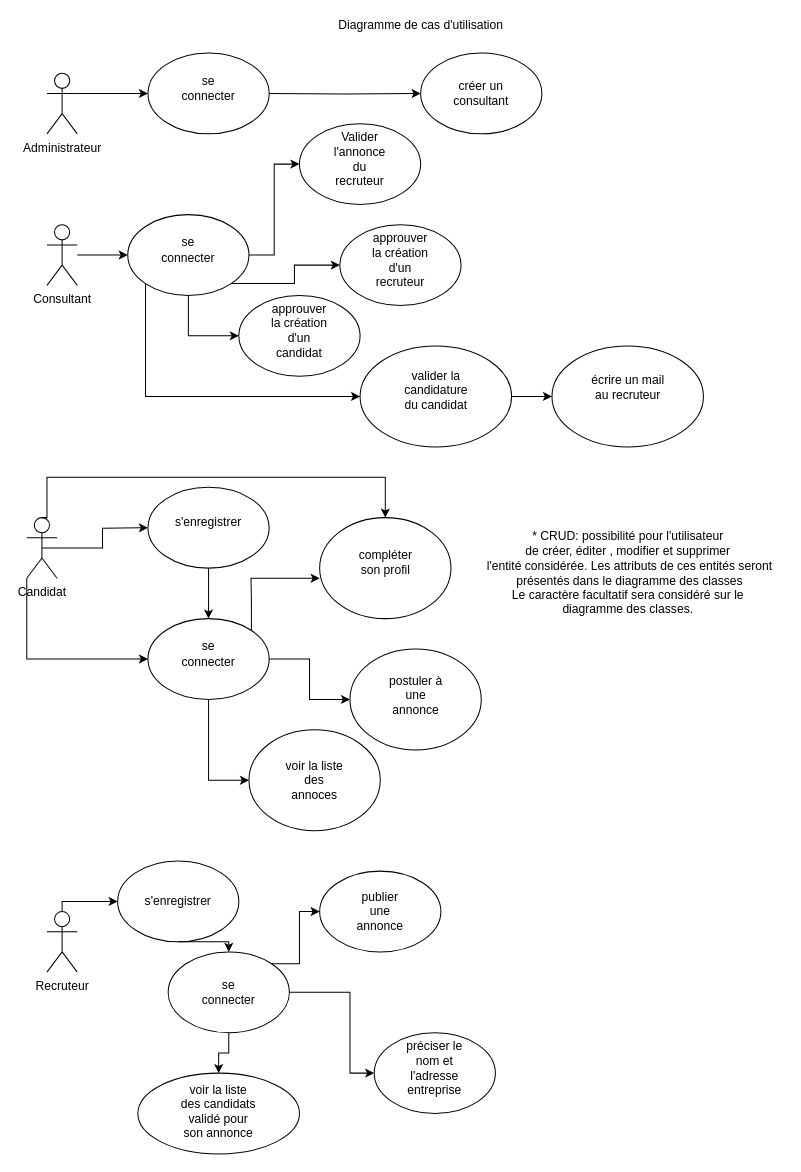
This is TRT Conseil/fonctionnalités_trt.drawio from cyrisa02/diagrammes-UML, a draw.io file, before an edit. Source tidied: cells renumbered, new cells numbered last; positions are measured from the earlier drawing's top-left corner, leaving out a move shared by most shapes. Both pictures are drawn from the tidied source at 101%, with x=0, y=0 at pixel (26, 17).
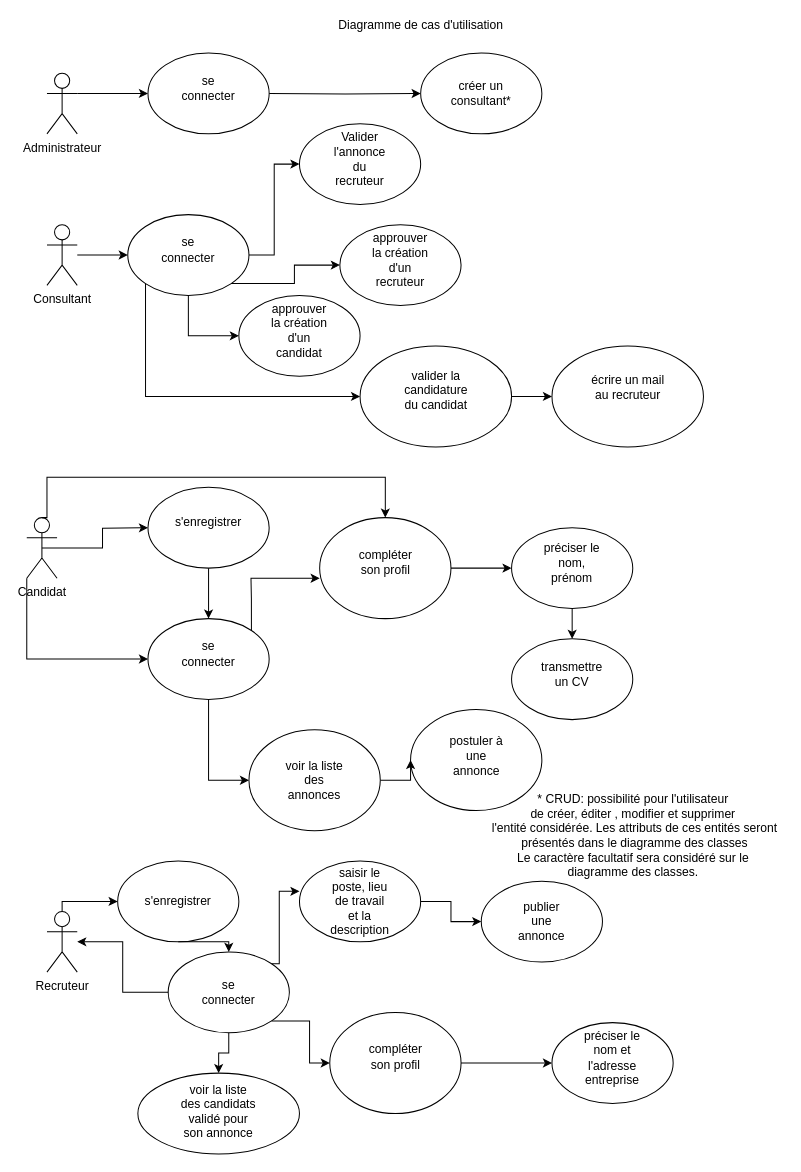
After the change.

Unchanged cells that the change refers to:
```xml
<mxCell id="8" value="Recruteur" style="shape=umlActor;verticalLabelPosition=bottom;verticalAlign=top;html=1;outlineConnect=0;" parent="1" vertex="1">
  <mxGeometry x="20" y="885" width="30" height="60" as="geometry" />
</mxCell>
<mxCell id="24" style="ellipse;whiteSpace=wrap;html=1;" parent="23" vertex="1">
  <mxGeometry width="120" height="80" as="geometry" />
</mxCell>
<mxCell id="45" style="ellipse;whiteSpace=wrap;html=1;" parent="44" vertex="1">
  <mxGeometry width="130" height="100" as="geometry" />
</mxCell>
<mxCell id="50" style="ellipse;whiteSpace=wrap;html=1;" parent="49" vertex="1">
  <mxGeometry width="120" height="80" as="geometry" />
</mxCell>
<mxCell id="53" style="ellipse;whiteSpace=wrap;html=1;" parent="52" vertex="1">
  <mxGeometry width="120" height="80" as="geometry" />
</mxCell>
<mxCell id="59" style="ellipse;whiteSpace=wrap;html=1;" parent="58" vertex="1">
  <mxGeometry width="130" height="100" as="geometry" />
</mxCell>
```

What changed in the source:
```diff
@@
-    <mxCell id="6" style="edgeStyle=orthogonalEdgeStyle;rounded=0;jettySize=auto;html=1;exitX=1;exitY=0.5;exitDx=0;exitDy=0;entryX=0;entryY=0.5;entryDx=0;entryDy=0;" parent="1" edge="1" source="71" target="24">
-      <mxGeometry relative="1" as="geometry">
-        <Array as="points">
-          <mxPoint x="320" y="965" />
-          <mxPoint x="320" y="1045" />
-        </Array>
-      </mxGeometry>
-    </mxCell>
@@
     <mxCell id="23" style="group;" parent="1" vertex="1">
-      <mxGeometry x="344" y="1005" width="120" height="80" as="geometry" />
+      <mxGeometry x="520" y="995" width="120" height="80" as="geometry" />
     </mxCell>
@@
     <mxCell id="27" value="&lt;div&gt;* CRUD: possibilité pour l'utilisateur&lt;/div&gt;&lt;div&gt;de créer, éditer , modifier et supprimer&lt;/div&gt;&lt;div&gt;&amp;nbsp;l'entité considérée. Les attributs de ces entités seront&lt;/div&gt;&lt;div&gt;&amp;nbsp;présentés dans le diagramme des classes&lt;br&gt;&lt;/div&gt;&lt;div&gt;Le caractère facultatif sera considéré sur le &lt;br&gt;&lt;/div&gt;&lt;div&gt;diagramme des classes.&lt;/div&gt;" style="text;html=1;align=center;verticalAlign=middle;fillColor=none;strokeColor=none;rounded=0;" parent="1" vertex="1">
-      <mxGeometry x="445" y="505" width="300" height="90" as="geometry" />
+      <mxGeometry x="450" y="765" width="300" height="90" as="geometry" />
     </mxCell>
@@
-    <mxCell id="29" value="créer un consultant" style="text;html=1;strokeColor=none;fillColor=none;align=center;verticalAlign=middle;whiteSpace=wrap;rounded=0;" parent="1" vertex="1">
+    <mxCell id="29" value="créer un consultant*" style="text;html=1;strokeColor=none;fillColor=none;align=center;verticalAlign=middle;whiteSpace=wrap;rounded=0;" parent="1" vertex="1">
       <mxGeometry x="420" y="60" width="60" height="30" as="geometry" />
     </mxCell>
@@
-    <mxCell id="43" style="group;" parent="1" vertex="1">
-      <mxGeometry y="455" width="450" height="350" as="geometry" />
-    </mxCell>
+    <mxCell id="67" style="group;" parent="1" vertex="1">
+      <mxGeometry x="90" y="835" width="120" height="80" as="geometry" />
+    </mxCell>
+    <mxCell id="68" style="ellipse;whiteSpace=wrap;html=1;" parent="67" vertex="1">
+      <mxGeometry width="120" height="80" as="geometry" />
+    </mxCell>
+    <mxCell id="69" value="s'enregistrer" style="text;html=1;strokeColor=none;fillColor=none;align=center;verticalAlign=middle;whiteSpace=wrap;rounded=0;" parent="67" vertex="1">
+      <mxGeometry x="30" y="25" width="60" height="30" as="geometry" />
+    </mxCell>
+    <mxCell id="70" style="group;" parent="1" vertex="1">
+      <mxGeometry x="140" y="925" width="120" height="80" as="geometry" />
+    </mxCell>
+    <mxCell id="71" style="ellipse;whiteSpace=wrap;html=1;" parent="70" vertex="1">
+      <mxGeometry width="120" height="80" as="geometry" />
+    </mxCell>
+    <mxCell id="72" value="se connecter" style="text;html=1;strokeColor=none;fillColor=none;align=center;verticalAlign=middle;whiteSpace=wrap;rounded=0;" parent="70" vertex="1">
+      <mxGeometry x="30" y="25" width="60" height="30" as="geometry" />
+    </mxCell>
+    <mxCell id="73" style="edgeStyle=orthogonalEdgeStyle;rounded=0;jettySize=auto;html=1;exitX=0.5;exitY=1;exitDx=0;exitDy=0;entryX=0.5;entryY=0;entryDx=0;entryDy=0;" parent="1" edge="1" source="68" target="71">
+      <mxGeometry relative="1" as="geometry">
+        <Array as="points">
+          <mxPoint x="200" y="915" />
+        </Array>
+      </mxGeometry>
+    </mxCell>
+    <mxCell id="74" style="group;" parent="1" vertex="1">
+      <mxGeometry x="450" y="855" width="120" height="80" as="geometry" />
+    </mxCell>
+    <mxCell id="75" style="ellipse;whiteSpace=wrap;html=1;" parent="74" vertex="1">
+      <mxGeometry width="120" height="80" as="geometry" />
+    </mxCell>
+    <mxCell id="76" value="publier une annonce" style="text;html=1;strokeColor=none;fillColor=none;align=center;verticalAlign=middle;whiteSpace=wrap;rounded=0;" parent="74" vertex="1">
+      <mxGeometry x="30" y="25" width="60" height="30" as="geometry" />
+    </mxCell>
+    <mxCell id="77" style="group;" parent="1" vertex="1">
+      <mxGeometry x="110" y="1045" width="160" height="80" as="geometry" />
+    </mxCell>
+    <mxCell id="78" style="ellipse;whiteSpace=wrap;html=1;" parent="77" vertex="1">
+      <mxGeometry width="160" height="80" as="geometry" />
+    </mxCell>
+    <mxCell id="79" value="voir la liste des candidats validé pour son annonce" style="text;html=1;strokeColor=none;fillColor=none;align=center;verticalAlign=middle;whiteSpace=wrap;rounded=0;" parent="77" vertex="1">
+      <mxGeometry x="40" y="20" width="80" height="35" as="geometry" />
+    </mxCell>
+    <mxCell id="80" style="edgeStyle=orthogonalEdgeStyle;rounded=0;jettySize=auto;html=1;exitX=0.5;exitY=1;exitDx=0;exitDy=0;entryX=0.5;entryY=0;entryDx=0;entryDy=0;" parent="1" edge="1" source="71" target="78">
+      <mxGeometry relative="1" as="geometry" />
+    </mxCell>
+    <mxCell id="82" style="edgeStyle=orthogonalEdgeStyle;rounded=0;jettySize=auto;html=1;exitX=0;exitY=0.5;exitDx=0;exitDy=0;" parent="1" edge="1" source="71" target="8">
+      <mxGeometry relative="1" as="geometry" />
+    </mxCell>
-    <mxCell id="44" style="group;" parent="43" vertex="1">
-      <mxGeometry x="320" y="170" width="130" height="100" as="geometry" />
+    <mxCell id="44" style="group;" parent="1" vertex="1">
+      <mxGeometry x="380" y="685" width="130" height="100" as="geometry" />
     </mxCell>
@@
-    <mxCell id="47" style="edgeStyle=orthogonalEdgeStyle;rounded=0;jettySize=auto;html=1;exitX=0.5;exitY=0.5;exitDx=0;exitDy=0;exitPerimeter=0;" parent="43" edge="1" source="48">
+    <mxCell id="47" style="edgeStyle=orthogonalEdgeStyle;rounded=0;jettySize=auto;html=1;exitX=0.5;exitY=0.5;exitDx=0;exitDy=0;exitPerimeter=0;" parent="1" edge="1" source="48">
       <mxGeometry relative="1" as="geometry">
-        <mxPoint x="120" y="50" as="targetPoint" />
+        <mxPoint x="120" y="505" as="targetPoint" />
       </mxGeometry>
     </mxCell>
-    <mxCell id="48" value="Candidat" style="shape=umlActor;verticalLabelPosition=bottom;verticalAlign=top;html=1;outlineConnect=0;" parent="43" vertex="1">
-      <mxGeometry y="40" width="30" height="60" as="geometry" />
+    <mxCell id="48" value="Candidat" style="shape=umlActor;verticalLabelPosition=bottom;verticalAlign=top;html=1;outlineConnect=0;" parent="1" vertex="1">
+      <mxGeometry y="495" width="30" height="60" as="geometry" />
     </mxCell>
-    <mxCell id="49" style="group;" parent="43" vertex="1">
-      <mxGeometry x="120" y="10" width="120" height="80" as="geometry" />
+    <mxCell id="49" style="group;" parent="1" vertex="1">
+      <mxGeometry x="120" y="465" width="120" height="80" as="geometry" />
     </mxCell>
@@
-    <mxCell id="52" style="group;" parent="43" vertex="1">
-      <mxGeometry x="120" y="140" width="120" height="80" as="geometry" />
+    <mxCell id="52" style="group;" parent="1" vertex="1">
+      <mxGeometry x="120" y="595" width="120" height="80" as="geometry" />
     </mxCell>
@@
-    <mxCell id="55" style="edgeStyle=orthogonalEdgeStyle;rounded=0;jettySize=auto;html=1;exitX=0;exitY=1;exitDx=0;exitDy=0;exitPerimeter=0;entryX=0;entryY=0.5;entryDx=0;entryDy=0;" parent="43" edge="1" source="48" target="53">
+    <mxCell id="55" style="edgeStyle=orthogonalEdgeStyle;rounded=0;jettySize=auto;html=1;exitX=0;exitY=1;exitDx=0;exitDy=0;exitPerimeter=0;entryX=0;entryY=0.5;entryDx=0;entryDy=0;" parent="1" edge="1" source="48" target="53">
       <mxGeometry relative="1" as="geometry" />
     </mxCell>
-    <mxCell id="56" style="edgeStyle=orthogonalEdgeStyle;rounded=0;jettySize=auto;html=1;exitX=1;exitY=0.5;exitDx=0;exitDy=0;entryX=0;entryY=0.5;entryDx=0;entryDy=0;" parent="43" edge="1" source="53" target="45">
-      <mxGeometry relative="1" as="geometry" />
+    <mxCell id="56" style="edgeStyle=orthogonalEdgeStyle;rounded=0;jettySize=auto;html=1;entryX=0;entryY=0.5;entryDx=0;entryDy=0;" parent="1" edge="1" target="45">
+      <mxGeometry relative="1" as="geometry">
+        <mxPoint x="350" y="755" as="sourcePoint" />
+      </mxGeometry>
     </mxCell>
-    <mxCell id="57" style="edgeStyle=orthogonalEdgeStyle;rounded=0;jettySize=auto;html=1;exitX=0.5;exitY=1;exitDx=0;exitDy=0;entryX=0.5;entryY=0;entryDx=0;entryDy=0;" parent="43" edge="1" source="50" target="53">
+    <mxCell id="57" style="edgeStyle=orthogonalEdgeStyle;rounded=0;jettySize=auto;html=1;exitX=0.5;exitY=1;exitDx=0;exitDy=0;entryX=0.5;entryY=0;entryDx=0;entryDy=0;" parent="1" edge="1" source="50" target="53">
       <mxGeometry relative="1" as="geometry" />
     </mxCell>
-    <mxCell id="58" style="group;" parent="43" vertex="1">
-      <mxGeometry x="290" y="40" width="130" height="100" as="geometry" />
+    <mxCell id="58" style="group;" parent="1" vertex="1">
+      <mxGeometry x="290" y="495" width="130" height="100" as="geometry" />
     </mxCell>
@@
-    <mxCell id="61" style="edgeStyle=orthogonalEdgeStyle;rounded=0;jettySize=auto;html=1;entryX=0.5;entryY=0;entryDx=0;entryDy=0;exitX=0.5;exitY=0;exitDx=0;exitDy=0;exitPerimeter=0;" parent="43" edge="1" source="48" target="59">
+    <mxCell id="61" style="edgeStyle=orthogonalEdgeStyle;rounded=0;jettySize=auto;html=1;entryX=0.5;entryY=0;entryDx=0;entryDy=0;exitX=0.5;exitY=0;exitDx=0;exitDy=0;exitPerimeter=0;" parent="1" edge="1" source="48" target="59">
       <mxGeometry relative="1" as="geometry">
         <Array as="points">
-          <mxPoint x="20" y="40" />
-          <mxPoint x="20" />
-          <mxPoint x="355" />
+          <mxPoint x="20" y="495" />
+          <mxPoint x="20" y="455" />
+          <mxPoint x="355" y="455" />
         </Array>
       </mxGeometry>
     </mxCell>
-    <mxCell id="62" style="edgeStyle=orthogonalEdgeStyle;rounded=0;jettySize=auto;html=1;exitX=1;exitY=0;exitDx=0;exitDy=0;entryX=0;entryY=0.6;entryDx=0;entryDy=0;entryPerimeter=0;" parent="43" edge="1" source="53" target="59">
+    <mxCell id="62" style="edgeStyle=orthogonalEdgeStyle;rounded=0;jettySize=auto;html=1;exitX=1;exitY=0;exitDx=0;exitDy=0;entryX=0;entryY=0.6;entryDx=0;entryDy=0;entryPerimeter=0;" parent="1" edge="1" source="53" target="59">
       <mxGeometry relative="1" as="geometry">
         <Array as="points">
-          <mxPoint x="222" y="120" />
-          <mxPoint x="222" y="100" />
+          <mxPoint x="222" y="575" />
+          <mxPoint x="222" y="555" />
         </Array>
       </mxGeometry>
     </mxCell>
-    <mxCell id="63" style="group;" parent="43" vertex="1">
-      <mxGeometry x="220" y="250" width="130" height="100" as="geometry" />
+    <mxCell id="63" style="group;" parent="1" vertex="1">
+      <mxGeometry x="220" y="705" width="130" height="100" as="geometry" />
     </mxCell>
@@
-    <mxCell id="65" value="voir la liste des annoces" style="text;html=1;strokeColor=none;fillColor=none;align=center;verticalAlign=middle;whiteSpace=wrap;rounded=0;" parent="63" vertex="1">
+    <mxCell id="65" value="voir la liste des annonces" style="text;html=1;strokeColor=none;fillColor=none;align=center;verticalAlign=middle;whiteSpace=wrap;rounded=0;" parent="63" vertex="1">
       <mxGeometry x="35" y="35" width="60" height="30" as="geometry" />
     </mxCell>
-    <mxCell id="66" style="edgeStyle=orthogonalEdgeStyle;rounded=0;jettySize=auto;html=1;exitX=0.5;exitY=1;exitDx=0;exitDy=0;" parent="43" edge="1" source="53">
+    <mxCell id="66" style="edgeStyle=orthogonalEdgeStyle;rounded=0;jettySize=auto;html=1;exitX=0.5;exitY=1;exitDx=0;exitDy=0;" parent="1" edge="1" source="53">
       <mxGeometry relative="1" as="geometry">
-        <mxPoint x="220" y="300" as="targetPoint" />
+        <mxPoint x="220" y="755" as="targetPoint" />
         <Array as="points">
-          <mxPoint x="180" y="300" />
+          <mxPoint x="180" y="755" />
         </Array>
       </mxGeometry>
     </mxCell>
-    <mxCell id="67" style="group;" parent="1" vertex="1">
-      <mxGeometry x="90" y="835" width="120" height="80" as="geometry" />
-    </mxCell>
-    <mxCell id="68" style="ellipse;whiteSpace=wrap;html=1;" parent="67" vertex="1">
-      <mxGeometry width="120" height="80" as="geometry" />
-    </mxCell>
-    <mxCell id="69" value="s'enregistrer" style="text;html=1;strokeColor=none;fillColor=none;align=center;verticalAlign=middle;whiteSpace=wrap;rounded=0;" parent="67" vertex="1">
-      <mxGeometry x="30" y="25" width="60" height="30" as="geometry" />
-    </mxCell>
-    <mxCell id="70" style="group;" parent="1" vertex="1">
-      <mxGeometry x="140" y="925" width="120" height="80" as="geometry" />
-    </mxCell>
-    <mxCell id="71" style="ellipse;whiteSpace=wrap;html=1;" parent="70" vertex="1">
-      <mxGeometry width="120" height="80" as="geometry" />
-    </mxCell>
-    <mxCell id="72" value="se connecter" style="text;html=1;strokeColor=none;fillColor=none;align=center;verticalAlign=middle;whiteSpace=wrap;rounded=0;" parent="70" vertex="1">
-      <mxGeometry x="30" y="25" width="60" height="30" as="geometry" />
-    </mxCell>
-    <mxCell id="73" style="edgeStyle=orthogonalEdgeStyle;rounded=0;jettySize=auto;html=1;exitX=0.5;exitY=1;exitDx=0;exitDy=0;entryX=0.5;entryY=0;entryDx=0;entryDy=0;" parent="1" edge="1" source="68" target="71">
-      <mxGeometry relative="1" as="geometry">
-        <Array as="points">
-          <mxPoint x="200" y="915" />
-        </Array>
-      </mxGeometry>
-    </mxCell>
-    <mxCell id="74" style="group;" parent="1" vertex="1">
-      <mxGeometry x="290" y="845" width="120" height="80" as="geometry" />
-    </mxCell>
-    <mxCell id="75" style="ellipse;whiteSpace=wrap;html=1;" parent="74" vertex="1">
-      <mxGeometry width="120" height="80" as="geometry" />
-    </mxCell>
-    <mxCell id="76" value="publier une annonce" style="text;html=1;strokeColor=none;fillColor=none;align=center;verticalAlign=middle;whiteSpace=wrap;rounded=0;" parent="74" vertex="1">
-      <mxGeometry x="30" y="25" width="60" height="30" as="geometry" />
-    </mxCell>
-    <mxCell id="77" style="group;" parent="1" vertex="1">
-      <mxGeometry x="110" y="1045" width="160" height="80" as="geometry" />
-    </mxCell>
-    <mxCell id="78" style="ellipse;whiteSpace=wrap;html=1;" parent="77" vertex="1">
-      <mxGeometry width="160" height="80" as="geometry" />
-    </mxCell>
-    <mxCell id="79" value="voir la liste des candidats validé pour son annonce" style="text;html=1;strokeColor=none;fillColor=none;align=center;verticalAlign=middle;whiteSpace=wrap;rounded=0;" parent="77" vertex="1">
-      <mxGeometry x="40" y="20" width="80" height="35" as="geometry" />
-    </mxCell>
-    <mxCell id="80" style="edgeStyle=orthogonalEdgeStyle;rounded=0;jettySize=auto;html=1;exitX=0.5;exitY=1;exitDx=0;exitDy=0;entryX=0.5;entryY=0;entryDx=0;entryDy=0;" parent="1" edge="1" source="71" target="78">
-      <mxGeometry relative="1" as="geometry" />
-    </mxCell>
-    <mxCell id="81" style="edgeStyle=orthogonalEdgeStyle;rounded=0;jettySize=auto;html=1;exitX=1;exitY=0;exitDx=0;exitDy=0;entryX=0;entryY=0.5;entryDx=0;entryDy=0;" parent="1" edge="1" source="71" target="75">
-      <mxGeometry relative="1" as="geometry">
-        <Array as="points">
-          <mxPoint x="270" y="937" />
-          <mxPoint x="270" y="885" />
-        </Array>
-      </mxGeometry>
-    </mxCell>
+    <mxCell id="83" style="group;" parent="1" vertex="1">
+      <mxGeometry x="300" y="985" width="130" height="100" as="geometry" />
+    </mxCell>
+    <mxCell id="84" style="ellipse;whiteSpace=wrap;html=1;" parent="83" vertex="1">
+      <mxGeometry width="130" height="100" as="geometry" />
+    </mxCell>
+    <mxCell id="85" value="compléter son profil" style="text;html=1;strokeColor=none;fillColor=none;align=center;verticalAlign=middle;whiteSpace=wrap;rounded=0;" parent="83" vertex="1">
+      <mxGeometry x="32.5" y="25" width="65" height="37.5" as="geometry" />
+    </mxCell>
+    <mxCell id="86" style="edgeStyle=orthogonalEdgeStyle;rounded=0;jettySize=auto;html=1;exitX=1;exitY=1;exitDx=0;exitDy=0;entryX=0;entryY=0.5;entryDx=0;entryDy=0;" parent="1" edge="1" source="71" target="84">
+      <mxGeometry relative="1" as="geometry" />
+    </mxCell>
+    <mxCell id="87" style="edgeStyle=orthogonalEdgeStyle;rounded=0;jettySize=auto;html=1;exitX=1;exitY=0.5;exitDx=0;exitDy=0;entryX=0;entryY=0.5;entryDx=0;entryDy=0;" parent="1" edge="1" source="84" target="24">
+      <mxGeometry relative="1" as="geometry" />
+    </mxCell>
+    <mxCell id="88" style="group;" parent="1" vertex="1">
+      <mxGeometry x="480" y="505" width="120" height="80" as="geometry" />
+    </mxCell>
+    <mxCell id="89" style="ellipse;whiteSpace=wrap;html=1;" parent="88" vertex="1">
+      <mxGeometry width="120" height="80" as="geometry" />
+    </mxCell>
+    <mxCell id="90" value="préciser le nom, prénom" style="text;html=1;strokeColor=none;fillColor=none;align=center;verticalAlign=middle;whiteSpace=wrap;rounded=0;" parent="88" vertex="1">
+      <mxGeometry x="30" y="20" width="60" height="30" as="geometry" />
+    </mxCell>
+    <mxCell id="91" style="group;" parent="1" vertex="1">
+      <mxGeometry x="480" y="615" width="120" height="80" as="geometry" />
+    </mxCell>
+    <mxCell id="92" style="ellipse;whiteSpace=wrap;html=1;" parent="91" vertex="1">
+      <mxGeometry width="120" height="80" as="geometry" />
+    </mxCell>
+    <mxCell id="93" value="transmettre un CV" style="text;html=1;strokeColor=none;fillColor=none;align=center;verticalAlign=middle;whiteSpace=wrap;rounded=0;" parent="91" vertex="1">
+      <mxGeometry x="30" y="20" width="60" height="30" as="geometry" />
+    </mxCell>
+    <mxCell id="94" style="edgeStyle=orthogonalEdgeStyle;rounded=0;jettySize=auto;html=1;exitX=1;exitY=0.5;exitDx=0;exitDy=0;entryX=0;entryY=0.5;entryDx=0;entryDy=0;" parent="1" edge="1" source="59" target="89">
+      <mxGeometry relative="1" as="geometry" />
+    </mxCell>
+    <mxCell id="95" style="edgeStyle=orthogonalEdgeStyle;rounded=0;jettySize=auto;html=1;exitX=0.5;exitY=1;exitDx=0;exitDy=0;entryX=0.5;entryY=0;entryDx=0;entryDy=0;" parent="1" edge="1" source="89" target="92">
+      <mxGeometry relative="1" as="geometry" />
+    </mxCell>
+    <mxCell id="96" style="group;" parent="1" vertex="1">
+      <mxGeometry x="270" y="835" width="120" height="80" as="geometry" />
+    </mxCell>
+    <mxCell id="97" style="ellipse;whiteSpace=wrap;html=1;" parent="96" vertex="1">
+      <mxGeometry width="120" height="80" as="geometry" />
+    </mxCell>
+    <mxCell id="98" value="saisir le poste, lieu de travail et la description" style="text;html=1;strokeColor=none;fillColor=none;align=center;verticalAlign=middle;whiteSpace=wrap;rounded=0;" parent="96" vertex="1">
+      <mxGeometry x="30" y="25" width="60" height="30" as="geometry" />
+    </mxCell>
+    <mxCell id="99" style="edgeStyle=orthogonalEdgeStyle;rounded=0;jettySize=auto;html=1;exitX=1;exitY=0;exitDx=0;exitDy=0;" parent="1" edge="1" source="71">
+      <mxGeometry relative="1" as="geometry">
+        <mxPoint x="270" y="865" as="targetPoint" />
+        <Array as="points">
+          <mxPoint x="250" y="937" />
+          <mxPoint x="250" y="865" />
+        </Array>
+      </mxGeometry>
+    </mxCell>
+    <mxCell id="100" style="edgeStyle=orthogonalEdgeStyle;rounded=0;jettySize=auto;html=1;exitX=1;exitY=0.5;exitDx=0;exitDy=0;entryX=0;entryY=0.5;entryDx=0;entryDy=0;" parent="1" edge="1" source="97" target="75">
+      <mxGeometry relative="1" as="geometry" />
+    </mxCell>
```
